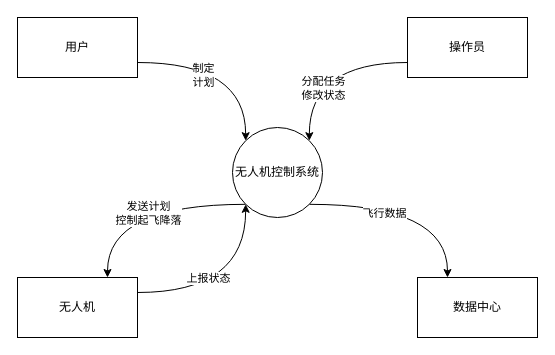
Above: 未命名绘图.drawio in chenxuansoeasy/pfvue (draw.io), before the change. Source tidied: cells renumbered, new cells numbered last; positions are measured from the earlier drawing's top-left corner, leaving out a move shared by most shapes. Both pictures are drawn from the tidied source at 100%, with x=0, y=0 at pixel (17, 17).
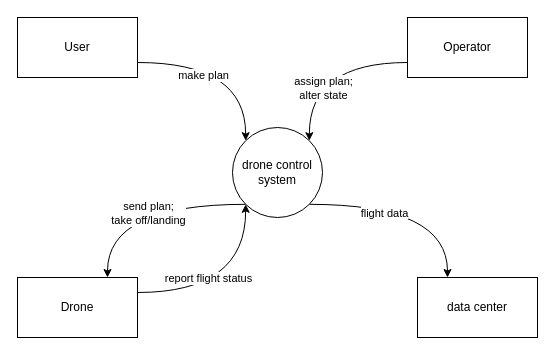
The same diagram, later.

Commit message:
更新未命名绘图.drawio

Diff of the diagram source:
```diff
@@
 <mxGraphModel>
   <root>
     <mxCell id="0" />
     <mxCell id="1" parent="0" />
     <mxCell id="2" style="edgeStyle=orthogonalEdgeStyle;curved=1;rounded=0;jettySize=auto;html=1;exitX=1;exitY=0.75;exitDx=0;exitDy=0;entryX=0;entryY=0;entryDx=0;entryDy=0;" parent="1" edge="1" source="4" target="16">
       <mxGeometry relative="1" as="geometry" />
     </mxCell>
-    <mxCell id="3" value="制定&lt;br&gt;计划" style="edgeLabel;html=1;align=center;verticalAlign=middle;" parent="2" vertex="1">
+    <mxCell id="3" value="make plan" style="edgeLabel;html=1;align=center;verticalAlign=middle;" parent="2" vertex="1">
       <mxGeometry x="-0.3" y="-12" relative="1" as="geometry" />
     </mxCell>
-    <mxCell id="4" value="用户" style="rounded=0;whiteSpace=wrap;html=1;" parent="1" vertex="1">
+    <mxCell id="4" value="User" style="rounded=0;whiteSpace=wrap;html=1;" parent="1" vertex="1">
       <mxGeometry width="120" height="60" as="geometry" />
     </mxCell>
     <mxCell id="5" style="edgeStyle=orthogonalEdgeStyle;curved=1;rounded=0;jettySize=auto;html=1;exitX=1;exitY=0.25;exitDx=0;exitDy=0;entryX=0;entryY=1;entryDx=0;entryDy=0;" parent="1" edge="1" source="7" target="16">
       <mxGeometry relative="1" as="geometry" />
     </mxCell>
-    <mxCell id="6" value="上报状态" style="edgeLabel;html=1;align=center;verticalAlign=middle;" parent="5" vertex="1">
+    <mxCell id="6" value="report flight status" style="edgeLabel;html=1;align=center;verticalAlign=middle;" parent="5" vertex="1">
       <mxGeometry x="-0.29" y="15" relative="1" as="geometry" />
     </mxCell>
-    <mxCell id="7" value="无人机" style="rounded=0;whiteSpace=wrap;html=1;" parent="1" vertex="1">
+    <mxCell id="7" value="Drone" style="rounded=0;whiteSpace=wrap;html=1;" parent="1" vertex="1">
       <mxGeometry y="260" width="120" height="60" as="geometry" />
     </mxCell>
-    <mxCell id="8" value="数据中心" style="rounded=0;whiteSpace=wrap;html=1;" parent="1" vertex="1">
+    <mxCell id="8" value="data center" style="rounded=0;whiteSpace=wrap;html=1;" parent="1" vertex="1">
       <mxGeometry x="400" y="260" width="120" height="60" as="geometry" />
     </mxCell>
     <mxCell id="9" style="edgeStyle=orthogonalEdgeStyle;curved=1;rounded=0;jettySize=auto;html=1;exitX=0;exitY=0.75;exitDx=0;exitDy=0;entryX=1;entryY=0;entryDx=0;entryDy=0;" parent="1" edge="1" source="11" target="16">
       <mxGeometry relative="1" as="geometry" />
     </mxCell>
-    <mxCell id="10" value="分配任务&lt;br&gt;修改状态" style="edgeLabel;html=1;align=center;verticalAlign=middle;" parent="9" vertex="1">
+    <mxCell id="10" value="assign plan;&lt;br&gt;alter state" style="edgeLabel;html=1;align=center;verticalAlign=middle;" parent="9" vertex="1">
       <mxGeometry x="-0.18" y="12" relative="1" as="geometry">
         <mxPoint x="-13" y="13" as="offset" />
       </mxGeometry>
     </mxCell>
-    <mxCell id="11" value="操作员" style="rounded=0;whiteSpace=wrap;html=1;" parent="1" vertex="1">
+    <mxCell id="11" value="Operator" style="rounded=0;whiteSpace=wrap;html=1;" parent="1" vertex="1">
       <mxGeometry x="390" width="120" height="60" as="geometry" />
     </mxCell>
     <mxCell id="12" style="edgeStyle=orthogonalEdgeStyle;curved=1;rounded=0;jettySize=auto;html=1;exitX=0;exitY=1;exitDx=0;exitDy=0;entryX=0.75;entryY=0;entryDx=0;entryDy=0;" parent="1" edge="1" source="16" target="7">
       <mxGeometry relative="1" as="geometry" />
     </mxCell>
-    <mxCell id="13" value="发送计划&lt;br&gt;控制起飞降落" style="edgeLabel;html=1;align=center;verticalAlign=middle;" parent="12" vertex="1">
+    <mxCell id="13" value="send plan;&lt;br&gt;take off/landing" style="edgeLabel;html=1;align=center;verticalAlign=middle;" parent="12" vertex="1">
       <mxGeometry x="-0.07" y="9" relative="1" as="geometry" />
     </mxCell>
     <mxCell id="14" style="edgeStyle=orthogonalEdgeStyle;curved=1;rounded=0;jettySize=auto;html=1;exitX=1;exitY=1;exitDx=0;exitDy=0;entryX=0.25;entryY=0;entryDx=0;entryDy=0;" parent="1" edge="1" source="16" target="8">
       <mxGeometry relative="1" as="geometry" />
     </mxCell>
-    <mxCell id="15" value="飞行数据" style="edgeLabel;html=1;align=center;verticalAlign=middle;" parent="14" vertex="1">
+    <mxCell id="15" value="flight data" style="edgeLabel;html=1;align=center;verticalAlign=middle;" parent="14" vertex="1">
       <mxGeometry x="-0.29" y="-9" relative="1" as="geometry" />
     </mxCell>
-    <mxCell id="16" value="无人机控制系统" style="ellipse;whiteSpace=wrap;html=1;" parent="1" vertex="1">
+    <mxCell id="16" value="drone control system" style="ellipse;whiteSpace=wrap;html=1;" parent="1" vertex="1">
       <mxGeometry x="215" y="110" width="90" height="90" as="geometry" />
     </mxCell>
   </root>
 </mxGraphModel>
```
